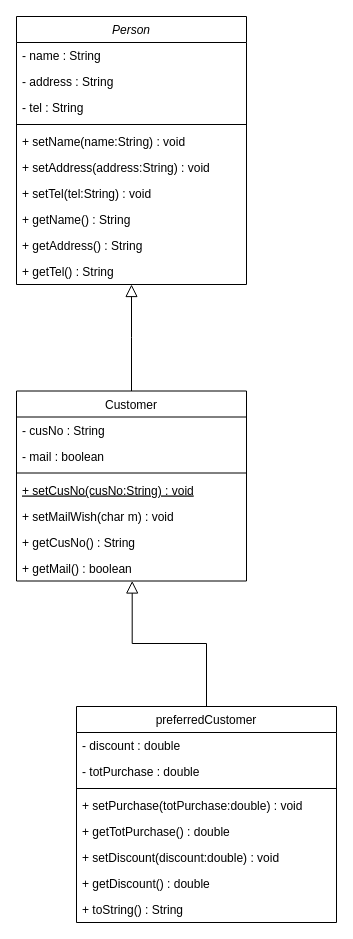
This is asmQ1.drawio from yunee01/W7, a draw.io file, before an edit. Source tidied: cells renumbered, new cells numbered last; positions are measured from the earlier drawing's top-left corner, leaving out a move shared by most shapes. Both pictures are drawn from the tidied source at 100%, with x=0, y=0 at pixel (16, 16).
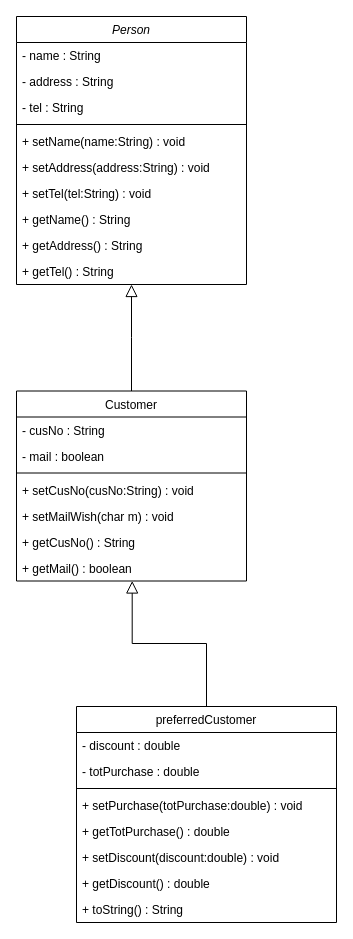
The same page after the edit.

The change refers to these unchanged cells:
```xml
<mxCell id="13" value="Customer" style="swimlane;fontStyle=0;align=center;verticalAlign=top;horizontal=1;startSize=26;rounded=0;shadow=0;strokeWidth=1;" parent="1" vertex="1">
  <mxGeometry y="374.5" width="230" height="190" as="geometry" />
</mxCell>
```

What changed in the source:
```diff
@@
-    <mxCell id="17" value="+ setCusNo(cusNo:String) : void" style="text;align=left;verticalAlign=top;spacingLeft=4;spacingRight=4;overflow=hidden;fontStyle=4;" parent="13" vertex="1">
+    <mxCell id="17" value="+ setCusNo(cusNo:String) : void" style="text;align=left;verticalAlign=top;spacingLeft=4;spacingRight=4;overflow=hidden;" parent="13" vertex="1">
       <mxGeometry y="86" width="230" height="26" as="geometry" />
     </mxCell>
```
